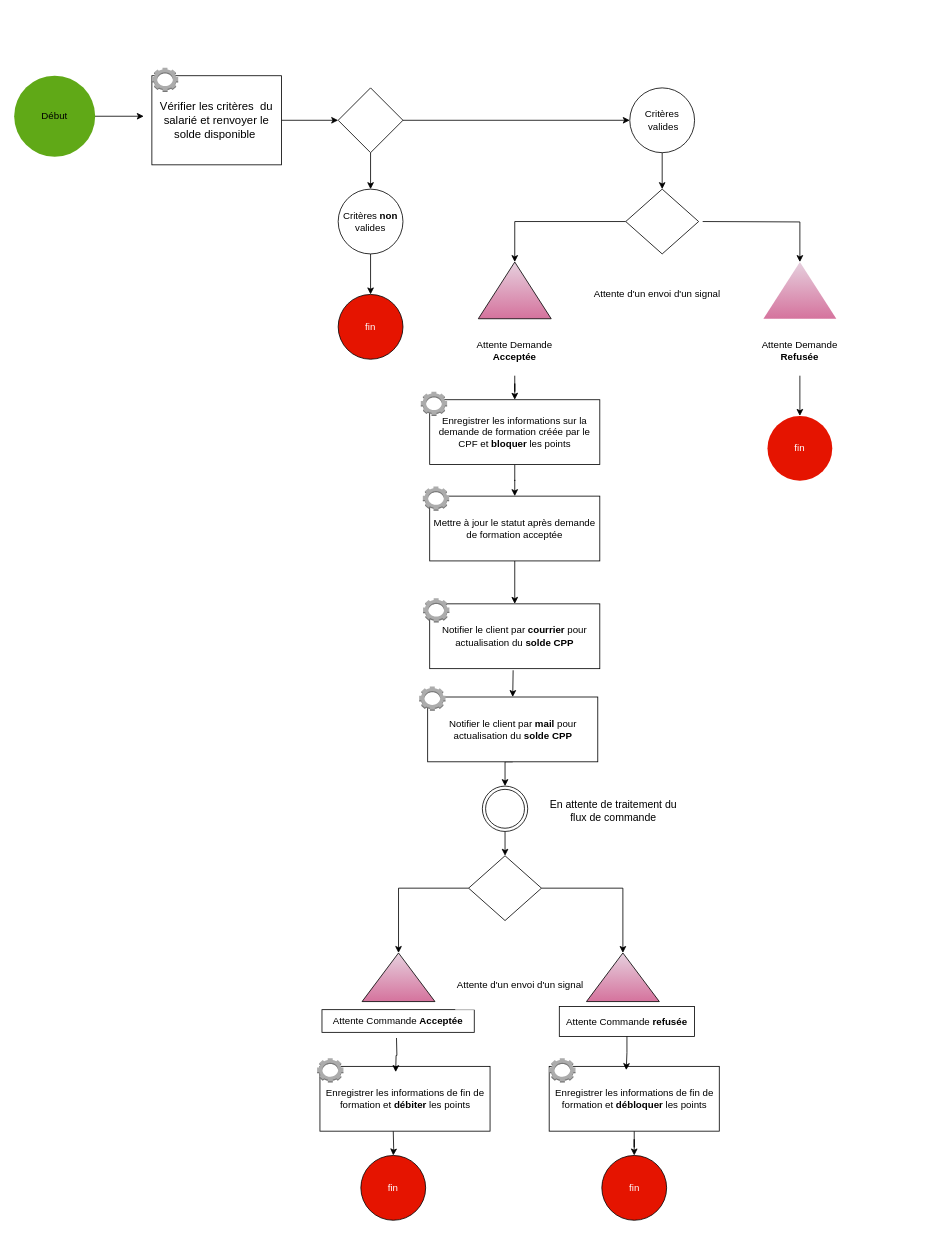
Above: Diagramme sans nom.drawio in arabam13/workflow (draw.io), before the change. Source tidied: cells renumbered, new cells numbered last; positions are measured from the earlier drawing's top-left corner, leaving out a move shared by most shapes. Both pictures are drawn from the tidied source at 81%, with x=0, y=0 at pixel (14, 67).
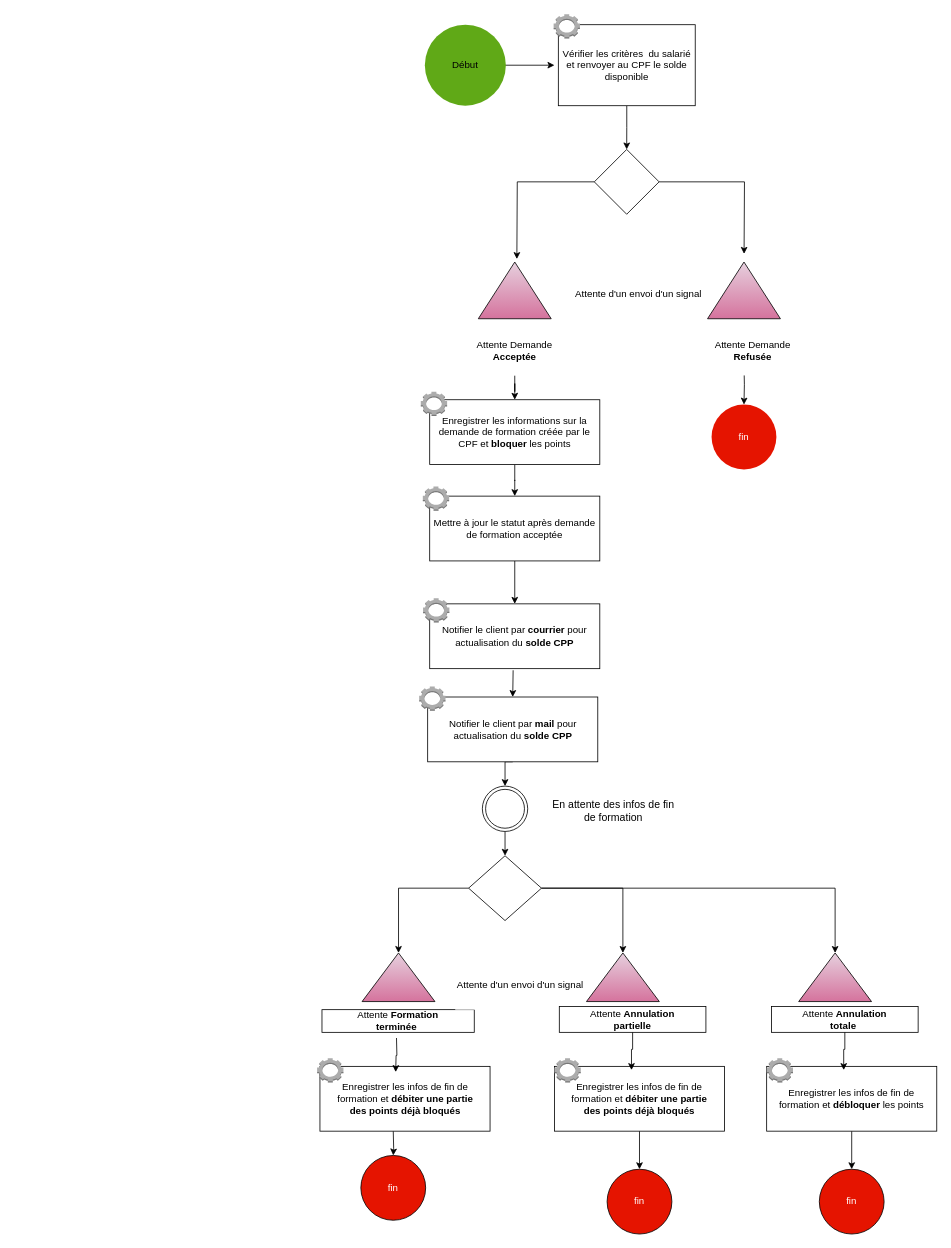
The same page after the edit.

Commit message:
Mettre à jour Diagramme sans nom.drawio

The change refers to these unchanged cells:
```xml
<mxCell id="7" style="verticalLabelPosition=bottom;verticalAlign=top;html=1;shape=mxgraph.basic.acute_triangle;dx=0.5;fillColor=#e6d0de;strokeColor=default;gradientColor=#d5739d;" parent="1" vertex="1">
  <mxGeometry x="573" y="240" width="90" height="70" as="geometry" />
</mxCell>
<mxCell id="34" style="rhombus;whiteSpace=wrap;html=1;shapeInside=1;strokeColor=default;" parent="1" vertex="1">
  <mxGeometry x="561" y="973" width="90" height="80" as="geometry" />
</mxCell>
```

Diff of the diagram source:
```diff
@@
     <mxCell id="2" style="edgeStyle=orthogonalEdgeStyle;rounded=0;orthogonalLoop=1;jettySize=auto;html=1;strokeColor=default;" parent="1" edge="1">
       <mxGeometry relative="1" as="geometry">
-        <mxPoint x="90" y="60" as="sourcePoint" />
-        <mxPoint x="160" y="60" as="targetPoint" />
+        <mxPoint x="597" y="-3" as="sourcePoint" />
+        <mxPoint x="667" y="-3" as="targetPoint" />
       </mxGeometry>
     </mxCell>
     <mxCell id="3" value="Début" style="ellipse;whiteSpace=wrap;html=1;shapeInside=1;fillColor=#60a917;fontColor=light-dark(#000000, #121212);strokeColor=none;" parent="1" vertex="1">
-      <mxGeometry y="10" width="100" height="100" as="geometry" />
+      <mxGeometry x="507" y="-53" width="100" height="100" as="geometry" />
     </mxCell>
     <mxCell id="4" style="edgeStyle=orthogonalEdgeStyle;rounded=0;orthogonalLoop=1;jettySize=auto;html=1;innerLoopWaypoints=1;exitX=0.5;exitY=1;exitDx=0;exitDy=0;strokeColor=none;" parent="1" edge="1">
       <mxGeometry relative="1" as="geometry">
-        <mxPoint x="40" y="110" as="sourcePoint" />
-        <mxPoint x="40" y="110" as="targetPoint" />
+        <mxPoint x="547" y="47" as="sourcePoint" />
+        <mxPoint x="547" y="47" as="targetPoint" />
       </mxGeometry>
     </mxCell>
-    <mxCell id="5" style="edgeStyle=orthogonalEdgeStyle;rounded=0;jettySize=auto;html=1;entryX=0;entryY=0.5;entryDx=0;entryDy=0;strokeColor=default;" parent="1" edge="1" source="6" target="12">
+    <mxCell id="5" style="edgeStyle=orthogonalEdgeStyle;rounded=0;jettySize=auto;html=1;" parent="1" edge="1" source="6" target="12">
       <mxGeometry relative="1" as="geometry" />
     </mxCell>
-    <mxCell id="6" value="Vérifier les critères&amp;nbsp; du salarié et renvoyer le solde disponible&amp;nbsp;" style="rounded=0;whiteSpace=wrap;html=1;fontSize=14;strokeColor=default;" parent="1" vertex="1">
-      <mxGeometry x="170" y="10" width="160" height="110" as="geometry" />
+    <mxCell id="6" value="Vérifier les critères&amp;nbsp; du salarié et renvoyer au CPF le solde disponible" style="rounded=0;whiteSpace=wrap;html=1;fontSize=12;strokeColor=default;" parent="1" vertex="1">
+      <mxGeometry x="671.8" y="-53" width="169" height="100" as="geometry" />
     </mxCell>
@@
-    <mxCell id="10" style="edgeStyle=orthogonalEdgeStyle;rounded=0;jettySize=auto;html=1;strokeColor=default;" parent="1" edge="1" source="12" target="14">
-      <mxGeometry relative="1" as="geometry" />
-    </mxCell>
-    <mxCell id="11" style="edgeStyle=orthogonalEdgeStyle;rounded=0;jettySize=auto;html=1;strokeColor=default;" parent="1" edge="1" source="12" target="16">
-      <mxGeometry relative="1" as="geometry" />
-    </mxCell>
+    <mxCell id="61" style="edgeStyle=orthogonalEdgeStyle;rounded=0;jettySize=auto;html=1;" parent="1" edge="1" source="12">
+      <mxGeometry relative="1" as="geometry">
+        <mxPoint x="620.6" y="236.3" as="targetPoint" />
+      </mxGeometry>
+    </mxCell>
+    <mxCell id="62" style="edgeStyle=orthogonalEdgeStyle;rounded=0;jettySize=auto;html=1;" parent="1" edge="1" source="12">
+      <mxGeometry relative="1" as="geometry">
+        <mxPoint x="901.1" y="229.9" as="targetPoint" />
+      </mxGeometry>
+    </mxCell>
     <mxCell id="12" style="rhombus;whiteSpace=wrap;html=1;shapeInside=1;strokeColor=default;" parent="1" vertex="1">
-      <mxGeometry x="400" y="25" width="80" height="80" as="geometry" />
+      <mxGeometry x="716.2" y="101" width="80" height="80" as="geometry" />
     </mxCell>
-    <mxCell id="13" style="edgeStyle=orthogonalEdgeStyle;rounded=0;jettySize=auto;html=1;strokeColor=default;" parent="1" edge="1" source="14" target="17">
-      <mxGeometry relative="1" as="geometry" />
-    </mxCell>
-    <mxCell id="14" value="Critères &lt;b&gt;non&lt;/b&gt; valides" style="ellipse;whiteSpace=wrap;html=1;shapeInside=1;strokeColor=default;" parent="1" vertex="1">
-      <mxGeometry x="400" y="150" width="80" height="80" as="geometry" />
-    </mxCell>
-    <mxCell id="15" style="edgeStyle=orthogonalEdgeStyle;rounded=0;jettySize=auto;html=1;strokeColor=default;" parent="1" edge="1" source="16" target="20">
-      <mxGeometry relative="1" as="geometry" />
-    </mxCell>
-    <mxCell id="16" value="Critères &amp;nbsp;valides" style="ellipse;whiteSpace=wrap;html=1;shapeInside=1;strokeColor=default;" parent="1" vertex="1">
-      <mxGeometry x="760" y="25" width="80" height="80" as="geometry" />
-    </mxCell>
-    <mxCell id="17" value="fin" style="ellipse;whiteSpace=wrap;html=1;shapeInside=1;fillColor=#e51400;fontColor=#ffffff;strokeColor=default;" parent="1" vertex="1">
-      <mxGeometry x="400" y="280" width="80" height="80" as="geometry" />
-    </mxCell>
     <mxCell id="18" value="Attente d'un envoi d'un signal" style="whiteSpace=wrap;html=1;dashed=1;strokeColor=none;" parent="1" vertex="1">
-      <mxGeometry x="714" y="250" width="160" height="60" as="geometry" />
+      <mxGeometry x="691" y="250" width="160" height="60" as="geometry" />
     </mxCell>
-    <mxCell id="19" style="edgeStyle=orthogonalEdgeStyle;rounded=0;jettySize=auto;html=1;strokeColor=default;" parent="1" edge="1" source="20" target="7">
-      <mxGeometry relative="1" as="geometry" />
-    </mxCell>
-    <mxCell id="20" style="rhombus;whiteSpace=wrap;html=1;shapeInside=1;strokeColor=default;" parent="1" vertex="1">
-      <mxGeometry x="755" y="150" width="90" height="80" as="geometry" />
-    </mxCell>
-    <mxCell id="21" style="verticalLabelPosition=bottom;verticalAlign=top;html=1;shape=mxgraph.basic.acute_triangle;dx=0.5;fillColor=#e6d0de;strokeColor=none;gradientColor=#d5739d;" parent="1" vertex="1">
-      <mxGeometry x="925" y="240" width="90" height="70" as="geometry" />
+    <mxCell id="21" style="verticalLabelPosition=bottom;verticalAlign=top;html=1;shape=mxgraph.basic.acute_triangle;dx=0.5;fillColor=#e6d0de;strokeColor=default;gradientColor=#d5739d;" parent="1" vertex="1">
+      <mxGeometry x="856" y="240" width="90" height="70" as="geometry" />
     </mxCell>
-    <mxCell id="22" style="edgeStyle=orthogonalEdgeStyle;rounded=0;jettySize=auto;html=1;entryX=0.5;entryY=0;entryDx=0;entryDy=0;strokeColor=default;" parent="1" edge="1" source="23" target="25">
-      <mxGeometry relative="1" as="geometry" />
+    <mxCell id="22" style="edgeStyle=orthogonalEdgeStyle;rounded=0;jettySize=auto;html=1;entryX=0.5;entryY=0;entryDx=0;entryDy=0;strokeColor=default;" parent="1" edge="1" target="25">
+      <mxGeometry relative="1" as="geometry">
+        <mxPoint x="901" y="366" as="sourcePoint" />
+      </mxGeometry>
     </mxCell>
     <mxCell id="23" value="Attente Demande &lt;b&gt;Refusée&lt;/b&gt;" style="rounded=0;whiteSpace=wrap;html=1;fillColor=default;strokeColor=none;" parent="1" vertex="1">
-      <mxGeometry x="910" y="320" width="120" height="60" as="geometry" />
+      <mxGeometry x="852" y="320" width="120" height="60" as="geometry" />
     </mxCell>
-    <mxCell id="24" style="edgeStyle=orthogonalEdgeStyle;rounded=0;jettySize=auto;html=1;entryX=0;entryY=0;entryDx=45;entryDy=0;entryPerimeter=0;strokeColor=default;" parent="1" edge="1" target="21">
-      <mxGeometry relative="1" as="geometry">
-        <mxPoint x="850" y="190" as="sourcePoint" />
-      </mxGeometry>
-    </mxCell>
     <mxCell id="25" value="fin" style="ellipse;whiteSpace=wrap;html=1;shapeInside=1;fillColor=#e51400;fontColor=#ffffff;strokeColor=none;" parent="1" vertex="1">
-      <mxGeometry x="930" y="430" width="80" height="80" as="geometry" />
+      <mxGeometry x="861" y="416" width="80" height="80" as="geometry" />
     </mxCell>
@@
-    <mxCell id="30" value="En attente de traitement du flux de commande" style="rounded=0;whiteSpace=wrap;html=1;strokeColor=none;fontSize=13;" parent="1" vertex="1">
+    <mxCell id="30" value="En attente des infos de fin de formation" style="rounded=0;whiteSpace=wrap;html=1;strokeColor=none;fontSize=13;" parent="1" vertex="1">
       <mxGeometry x="659.5" y="887" width="160" height="60" as="geometry" />
     </mxCell>
@@
-    <mxCell id="32" value="Attente Commande &lt;b&gt;Acceptée&lt;/b&gt;" style="rounded=0;whiteSpace=wrap;html=1;fillColor=default;strokeColor=default;" parent="1" vertex="1">
+    <mxCell id="32" value="Attente&lt;font face=&quot;Helvetica&quot;&gt;&lt;b&gt;&amp;nbsp;Formation&lt;br&gt;terminée&amp;nbsp;&lt;/b&gt;&lt;/font&gt;" style="rounded=0;whiteSpace=wrap;html=1;fillColor=default;strokeColor=default;" parent="1" vertex="1">
       <mxGeometry x="380" y="1163" width="188" height="28" as="geometry" />
     </mxCell>
@@
-    <mxCell id="37" value="Attente Commande&lt;b&gt;&amp;nbsp;refusée&lt;/b&gt;" style="rounded=0;whiteSpace=wrap;html=1;fillColor=default;strokeColor=default;" parent="1" vertex="1">
-      <mxGeometry x="673" y="1159" width="167" height="37" as="geometry" />
+    <mxCell id="37" value="Attente&amp;nbsp;&lt;font face=&quot;Helvetica&quot;&gt;&lt;font&gt;&lt;b&gt;Annulation&lt;br&gt;partielle&lt;/b&gt;&lt;/font&gt;&lt;/font&gt;" style="rounded=0;whiteSpace=wrap;html=1;fillColor=default;strokeColor=default;" parent="1" vertex="1">
+      <mxGeometry x="673" y="1159" width="181" height="32" as="geometry" />
     </mxCell>
@@
-    <mxCell id="39" style="edgeStyle=orthogonalEdgeStyle;rounded=0;jettySize=auto;html=1;strokeColor=default;" parent="1" edge="1" source="40" target="41">
+    <mxCell id="39" style="edgeStyle=orthogonalEdgeStyle;rounded=0;jettySize=auto;html=1;" parent="1" edge="1" source="40" target="41">
       <mxGeometry relative="1" as="geometry" />
     </mxCell>
-    <mxCell id="40" value="Enregistrer les informations de fin de formation et &lt;b&gt;débloquer &lt;/b&gt;les points" style="rounded=0;whiteSpace=wrap;html=1;strokeColor=default;" parent="1" vertex="1">
-      <mxGeometry x="660.5" y="1233" width="210" height="80" as="geometry" />
+    <mxCell id="40" value="Enregistrer les infos de fin de formation et &lt;b&gt;débiter&lt;/b&gt;&lt;font face=&quot;Helvetica&quot;&gt;&lt;font&gt;&amp;nbsp;&lt;b&gt;une partie&lt;br&gt;des points déjà bloqués&lt;/b&gt;&lt;/font&gt;&lt;/font&gt;" style="rounded=0;whiteSpace=wrap;html=1;strokeColor=default;" parent="1" vertex="1">
+      <mxGeometry x="667" y="1233" width="210" height="80" as="geometry" />
     </mxCell>
-    <mxCell id="41" value="fin" style="ellipse;whiteSpace=wrap;html=1;shapeInside=1;fillColor=#e51400;fontColor=#ffffff;strokeColor=default;direction=south;" parent="1" vertex="1">
-      <mxGeometry x="725.5" y="1343" width="80" height="80" as="geometry" />
+    <mxCell id="41" value="fin" style="ellipse;whiteSpace=wrap;html=1;shapeInside=1;fillColor=#e51400;fontColor=#ffffff;strokeColor=default;direction=west;" parent="1" vertex="1">
+      <mxGeometry x="732" y="1360" width="80" height="80" as="geometry" />
     </mxCell>
@@
-    <mxCell id="44" value="Enregistrer les informations de fin de formation et &lt;b&gt;débiter &lt;/b&gt;les points" style="rounded=0;whiteSpace=wrap;html=1;strokeColor=default;" parent="1" vertex="1">
+    <mxCell id="44" value="Enregistrer les infos de fin de formation et &lt;b&gt;débiter&lt;/b&gt;&lt;font face=&quot;Helvetica&quot;&gt;&lt;font&gt;&amp;nbsp;&lt;b&gt;une partie&lt;br&gt;des points déjà bloqués&lt;/b&gt;&lt;/font&gt;&lt;/font&gt;" style="rounded=0;whiteSpace=wrap;html=1;strokeColor=default;" parent="1" vertex="1">
       <mxGeometry x="377.5" y="1233" width="210" height="80" as="geometry" />
     </mxCell>
@@
     <mxCell id="46" style="dashed=0;verticalLabelPosition=bottom;verticalAlign=top;align=center;html=1;shape=mxgraph.aws3.human_intelligence_tasks_hit;fillColor=#ACACAC;gradientColor=none;strokeColor=default;" parent="1" vertex="1">
-      <mxGeometry x="170" width="32.5" height="30" as="geometry" />
+      <mxGeometry x="666" y="-66" width="32.5" height="30" as="geometry" />
     </mxCell>
@@
     <mxCell id="48" style="dashed=0;verticalLabelPosition=bottom;verticalAlign=top;align=center;html=1;shape=mxgraph.aws3.human_intelligence_tasks_hit;fillColor=#ACACAC;gradientColor=none;strokeColor=default;" parent="1" vertex="1">
-      <mxGeometry x="660.5" y="1223" width="32.5" height="30" as="geometry" />
+      <mxGeometry x="667" y="1223" width="32.5" height="30" as="geometry" />
     </mxCell>
@@
+    <mxCell id="63" style="verticalLabelPosition=bottom;verticalAlign=top;html=1;shape=mxgraph.basic.acute_triangle;dx=0.5;fillColor=#e6d0de;strokeColor=default;gradientColor=#d5739d;" parent="1" vertex="1">
+      <mxGeometry x="968.5" y="1093" width="90" height="60" as="geometry" />
+    </mxCell>
+    <mxCell id="64" value="&lt;font face=&quot;Helvetica&quot;&gt;Attente&amp;nbsp;&lt;b&gt;Annulation&lt;br&gt;totale&amp;nbsp;&lt;/b&gt;&lt;/font&gt;" style="rounded=0;whiteSpace=wrap;html=1;fillColor=default;strokeColor=default;" parent="1" vertex="1">
+      <mxGeometry x="935" y="1159" width="181" height="32" as="geometry" />
+    </mxCell>
+    <mxCell id="65" style="edgeStyle=orthogonalEdgeStyle;rounded=0;jettySize=auto;html=1;" parent="1" edge="1" source="66" target="17">
+      <mxGeometry relative="1" as="geometry" />
+    </mxCell>
+    <mxCell id="66" value="Enregistrer les infos de fin de formation et &lt;b&gt;débloquer &lt;/b&gt;les points" style="rounded=0;whiteSpace=wrap;html=1;strokeColor=default;" parent="1" vertex="1">
+      <mxGeometry x="929" y="1233" width="210" height="80" as="geometry" />
+    </mxCell>
+    <mxCell id="17" value="fin" style="ellipse;whiteSpace=wrap;html=1;shapeInside=1;fillColor=#e51400;fontColor=#ffffff;strokeColor=default;direction=west;" parent="1" vertex="1">
+      <mxGeometry x="994" y="1360" width="80" height="80" as="geometry" />
+    </mxCell>
+    <mxCell id="67" style="dashed=0;verticalLabelPosition=bottom;verticalAlign=top;align=center;html=1;shape=mxgraph.aws3.human_intelligence_tasks_hit;fillColor=#ACACAC;gradientColor=none;strokeColor=default;" parent="1" vertex="1">
+      <mxGeometry x="929" y="1223" width="32.5" height="30" as="geometry" />
+    </mxCell>
+    <mxCell id="68" style="edgeStyle=orthogonalEdgeStyle;rounded=0;jettySize=auto;html=1;exitX=0.5;exitY=1;exitDx=0;exitDy=0;entryX=0.453;entryY=0.057;entryDx=0;entryDy=0;entryPerimeter=0;strokeColor=default;" parent="1" edge="1" source="64" target="66">
+      <mxGeometry relative="1" as="geometry" />
+    </mxCell>
+    <mxCell id="69" style="edgeStyle=orthogonalEdgeStyle;rounded=0;jettySize=auto;html=1;entryX=0;entryY=0;entryDx=45;entryDy=0;entryPerimeter=0;" parent="1" edge="1" source="34" target="63">
+      <mxGeometry relative="1" as="geometry" />
+    </mxCell>
```
